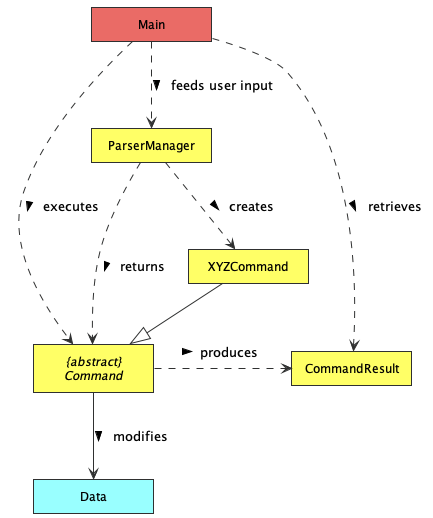
Earlier version of the PlantUML export docs/images/LogicClassDiagram.png (tryyang2001/tp).
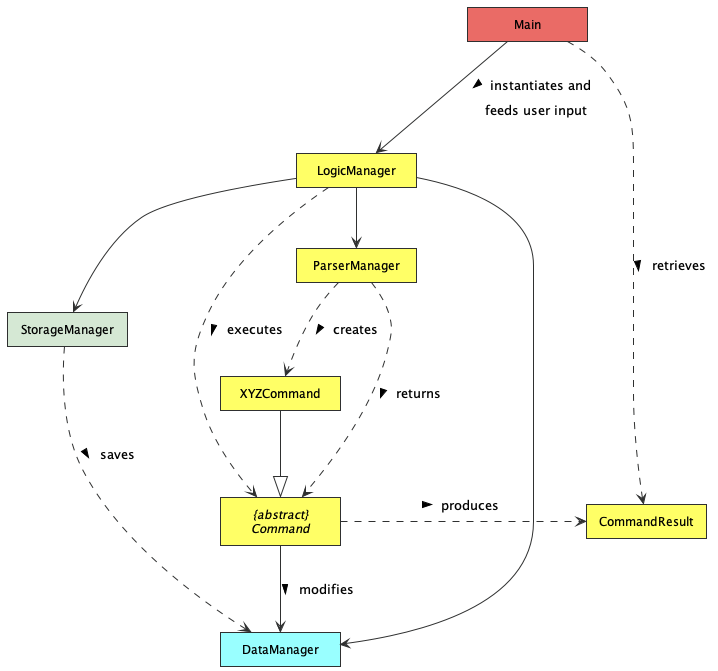
The same diagram one commit later.

The edit, as a diff of the source:
```diff
@@ -5,23 +5,33 @@
 skinparam minclassWidth 120
 skinparam Padding 5
 
+class StorageManager STORAGE_COLOUR
+class DataManager DATA_COLOUR
+class LogicManager LOGIC_COLOUR
 class ParserManager LOGIC_COLOUR
 class CommandResult LOGIC_COLOUR
 class XYZCommand LOGIC_COLOUR
 abstract class "{abstract}\nCommand" AS Command LOGIC_COLOUR
 
+
+LogicManager --> ParserManager
+LogicManager --> StorageManager
+LogicManager -> DataManager
+
 ParserManager ..> XYZCommand : > creates
 XYZCommand --|> Command
 Command .right.> CommandResult : > produces
 
-class Data DATA_COLOUR
+
 class Main MAIN_COLOUR
 
-Main ..> ParserManager : > feeds user input
+Main --> LogicManager : > instantiates and \n feeds user input
+Command --> DataManager : > modifies
 ParserManager ..> Command : > returns
-Command --> Data : > modifies
-Main ..> Command : > executes
+StorageManager ..> DataManager : > saves
+LogicManager ..> Command : > executes
 Main ..> CommandResult : > retrieves
 
 
+
 @enduml
```
